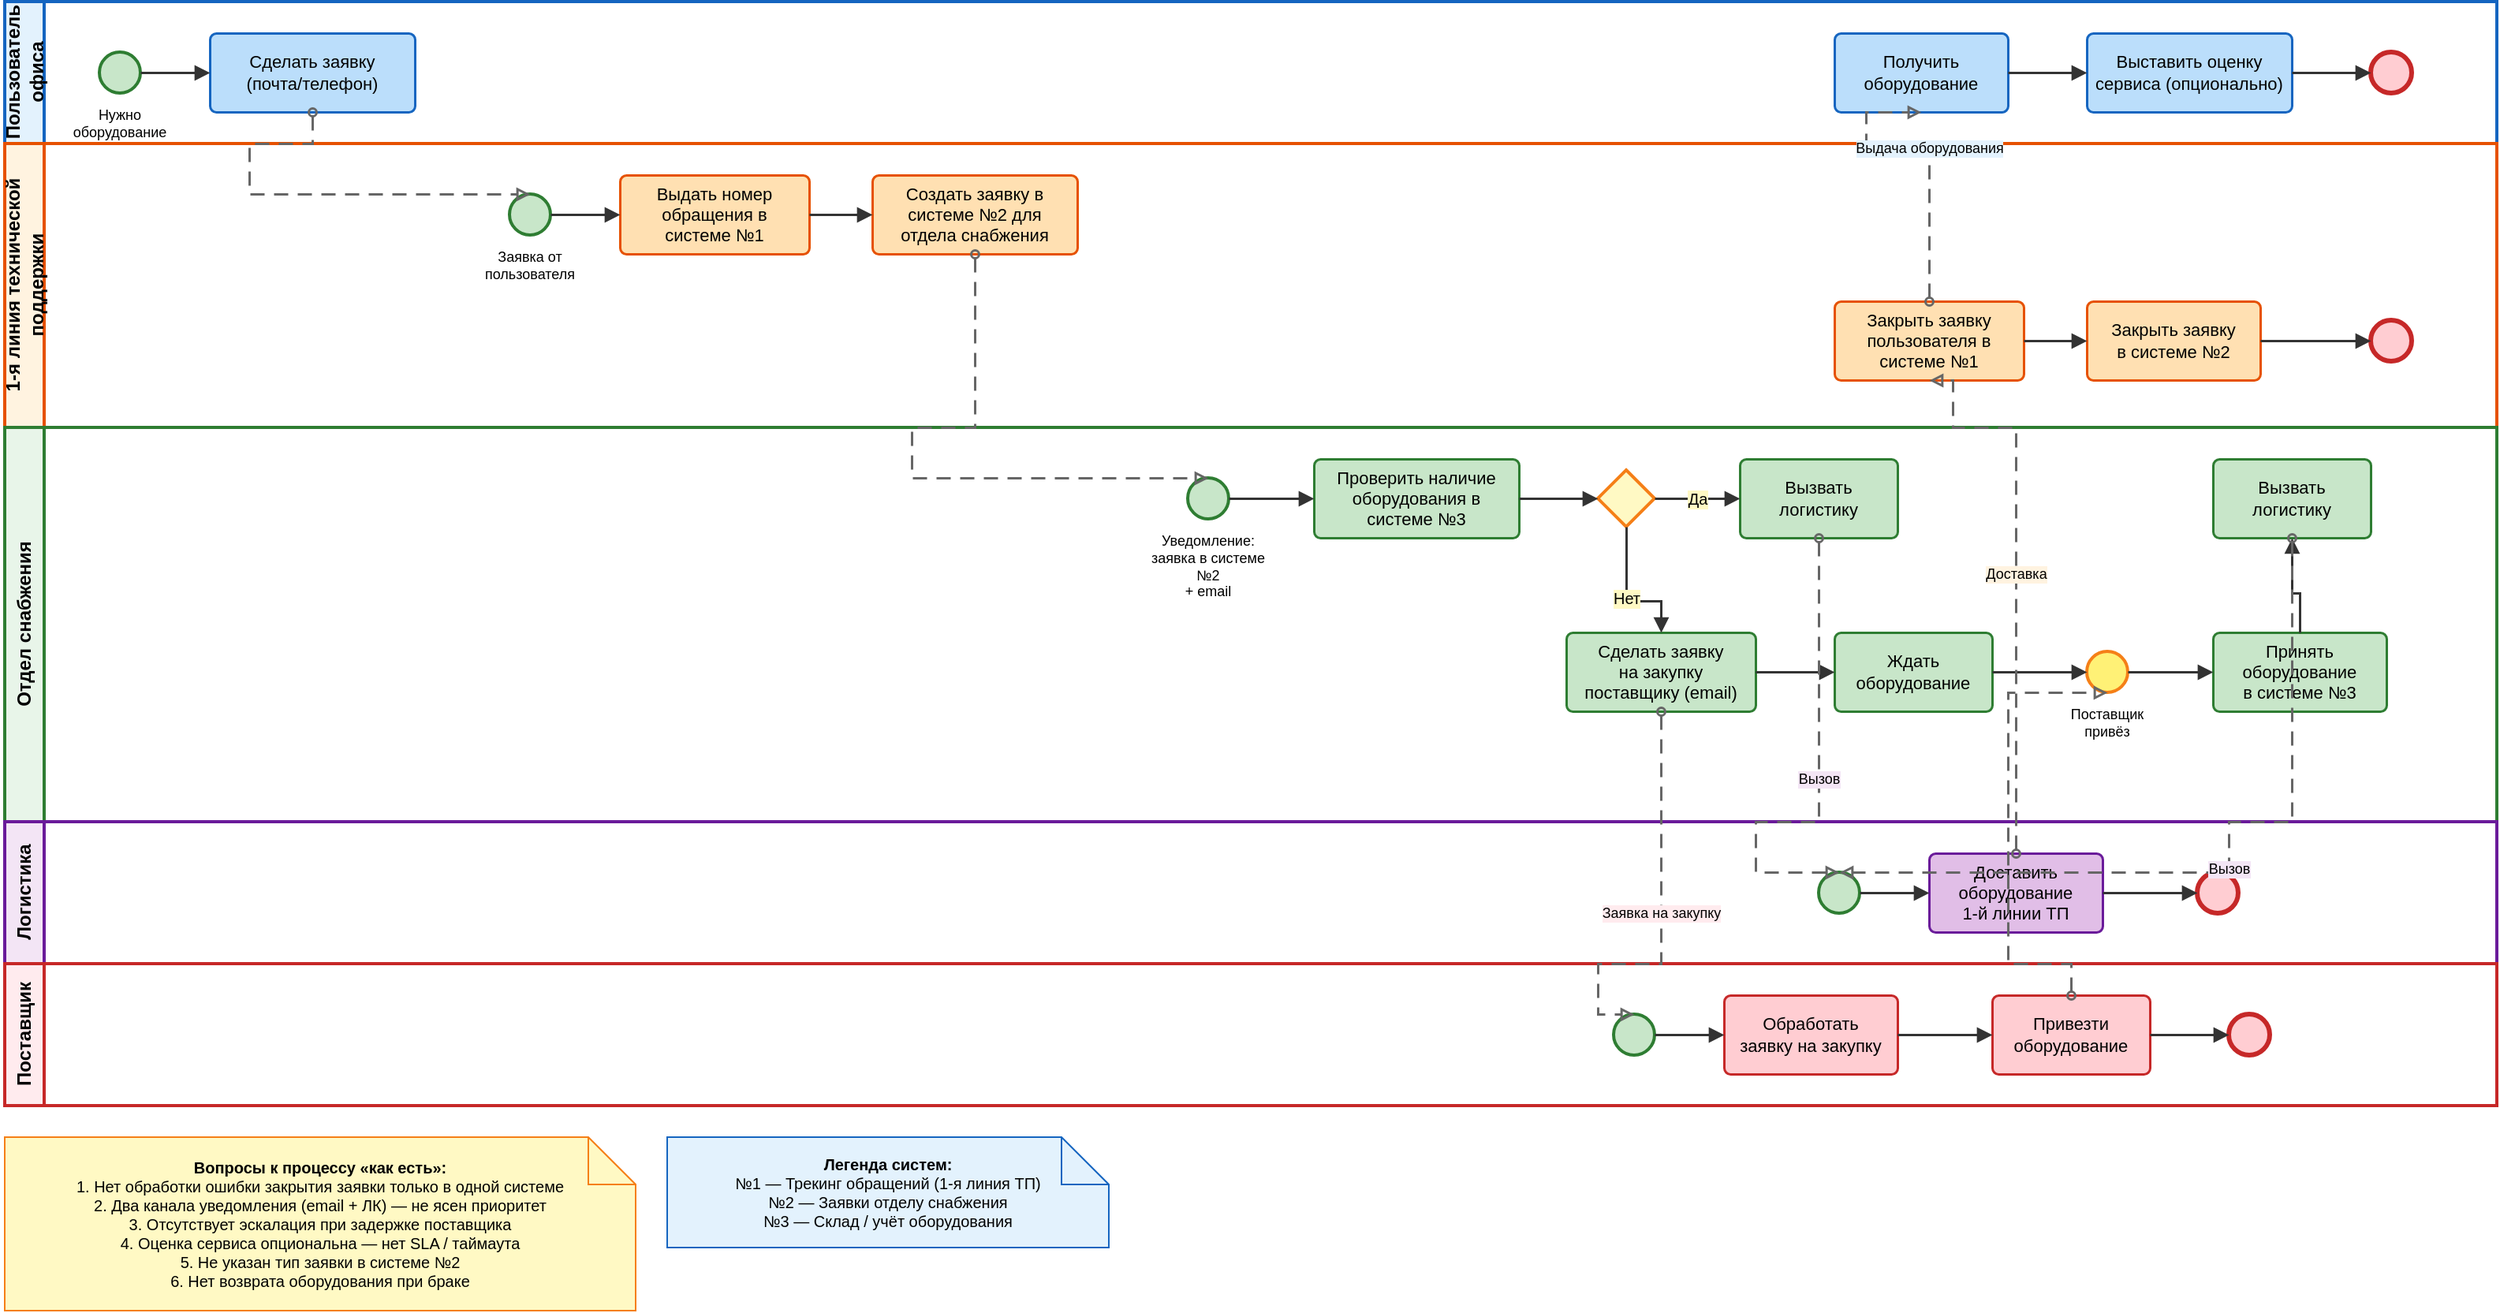
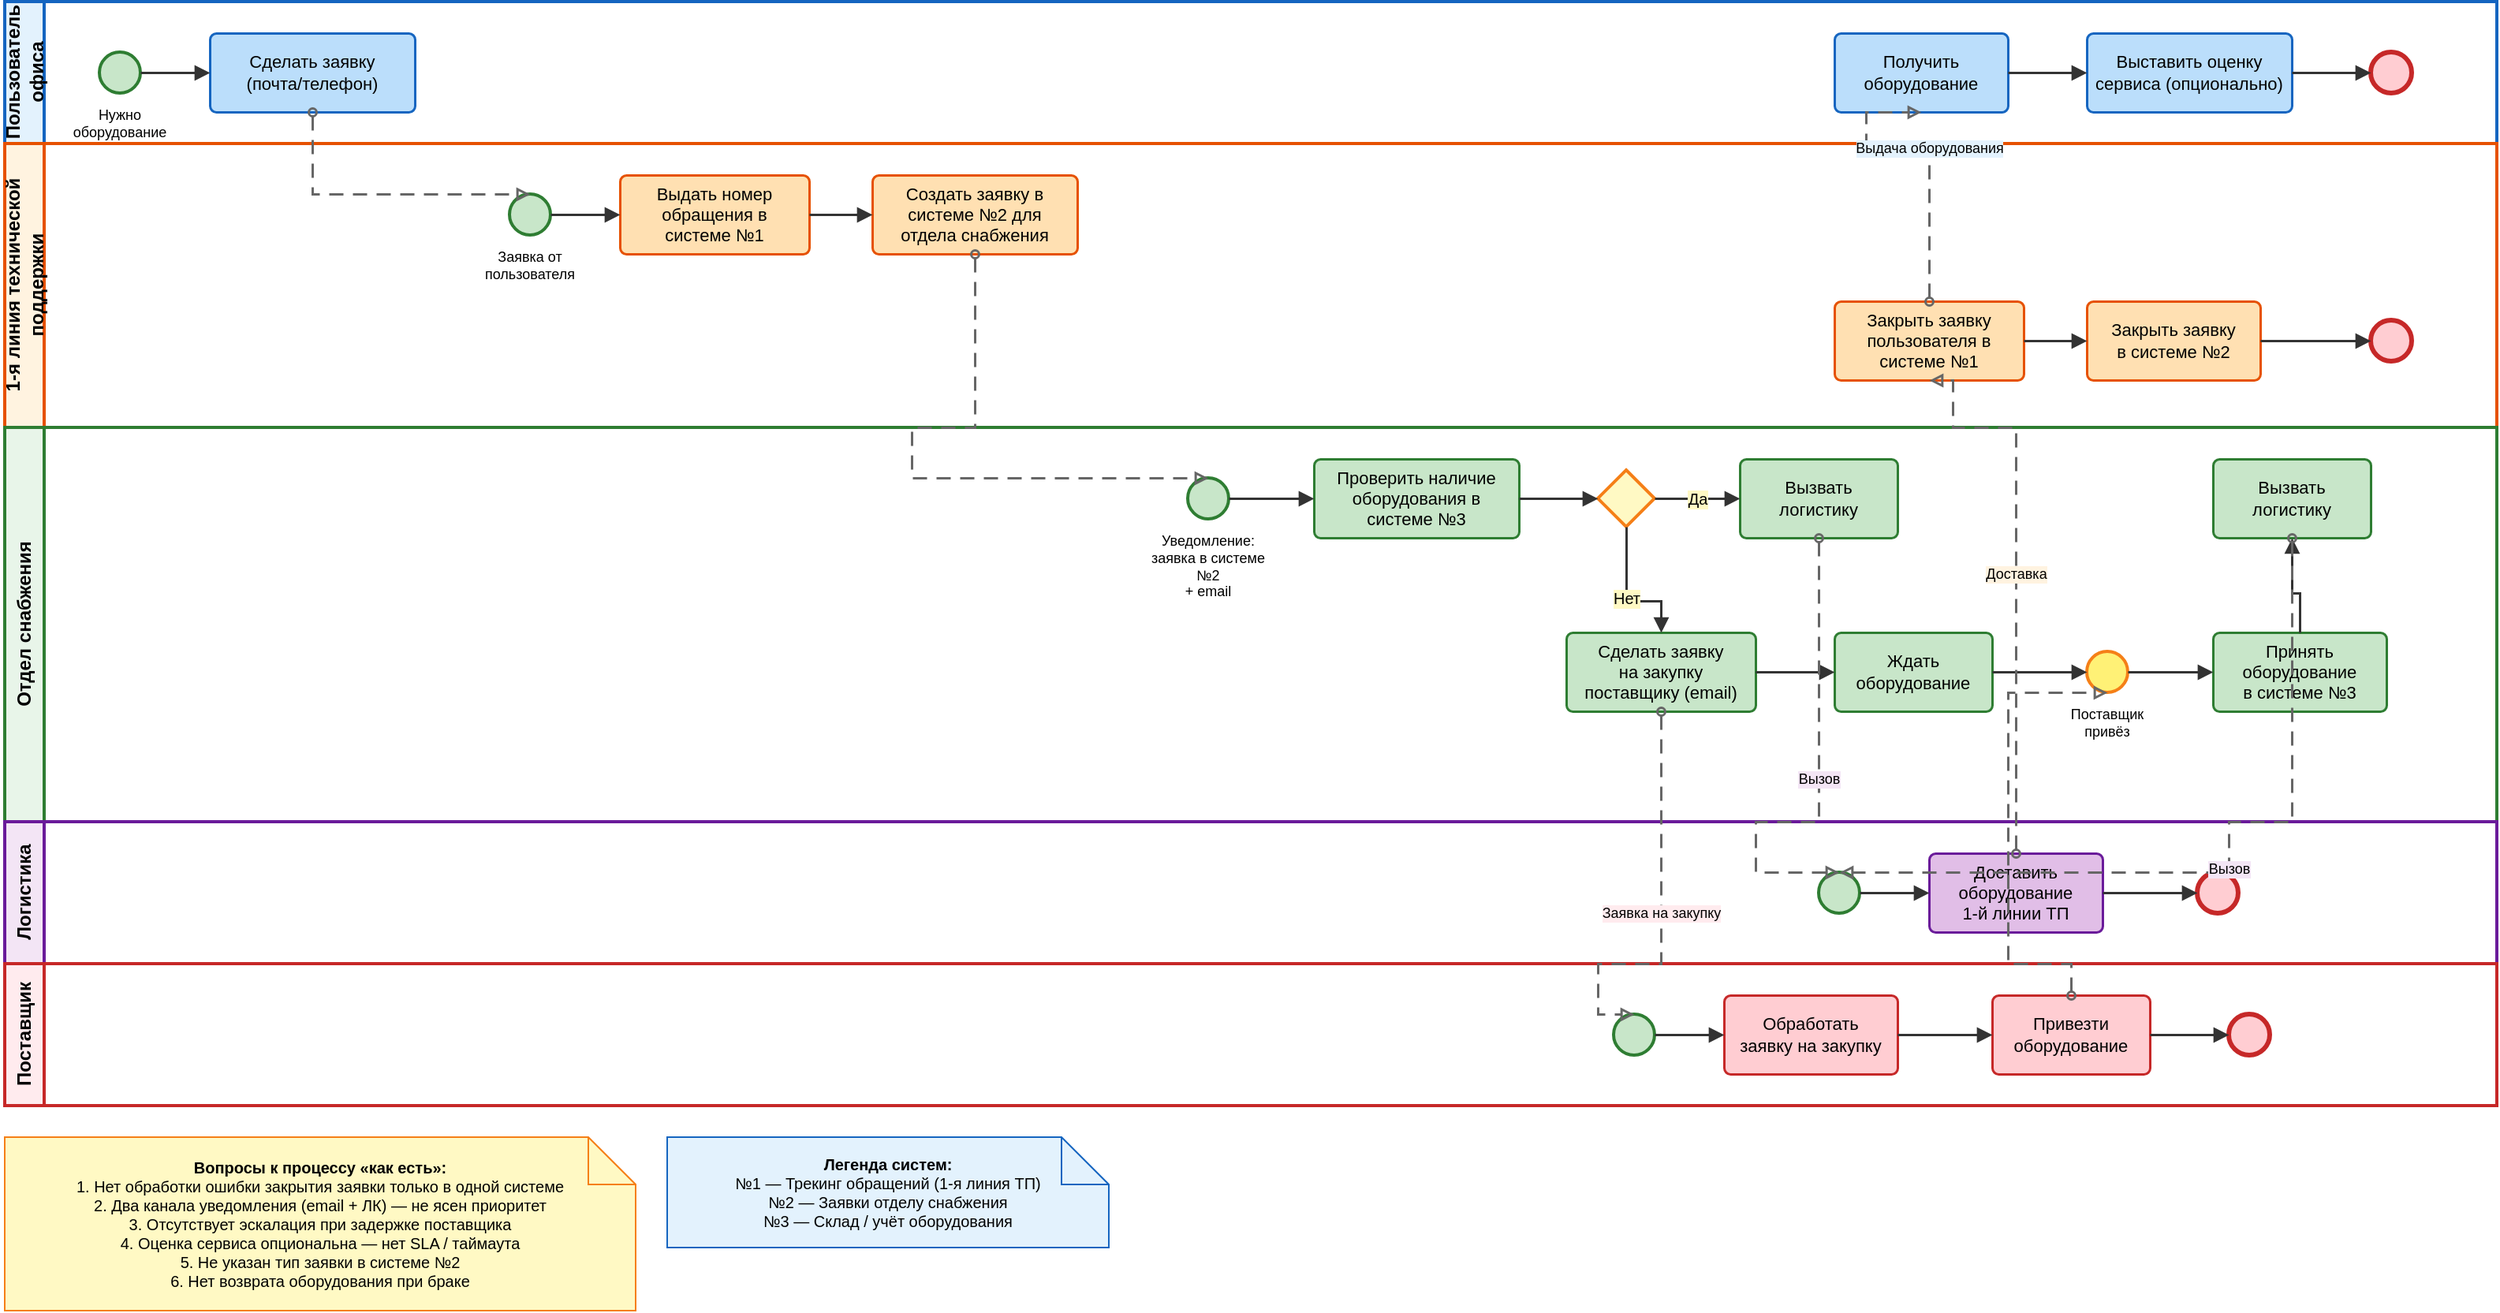
<mxfile host="app.diagrams.net" agent="Kimi">
  <diagram name="BPMN IT Equipment" id="it-equipment-bpmn">
    <mxGraphModel dx="2308" dy="875" grid="1" gridSize="10" guides="1" tooltips="1" connect="1" arrows="1" fold="1" page="1" pageScale="1" pageWidth="1700" pageHeight="1100" math="0" shadow="0">
      <root>
        <mxCell id="0" />
        <mxCell id="1" parent="0" />
        <mxCell id="pool-user" parent="1" style="swimlane;horizontal=0;startSize=25;swimlaneLine=1;collapsible=0;fontStyle=1;fillColor=#E3F2FD;strokeColor=#1565C0;strokeWidth=2;fontSize=12;whiteSpace=wrap;" value="Пользователь офиса" vertex="1">
          <mxGeometry height="90" width="1580" x="40" y="40" as="geometry" />
        </mxCell>
        <mxCell id="start-user" parent="pool-user" style="ellipse;whiteSpace=wrap;html=1;aspect=fixed;fillColor=#C8E6C9;strokeColor=#2E7D32;strokeWidth=2;" value="" vertex="1">
          <mxGeometry height="26" width="26" x="60" y="32" as="geometry" />
        </mxCell>
        <mxCell id="lbl-start-user" parent="pool-user" style="text;html=1;strokeColor=none;fillColor=none;align=center;verticalAlign=top;whiteSpace=wrap;rounded=0;fontSize=9;" value="Нужно&#xa;оборудование" vertex="1">
          <mxGeometry height="28" width="60" x="43" y="60" as="geometry" />
        </mxCell>
        <mxCell id="task-req" parent="pool-user" style="rounded=1;whiteSpace=wrap;html=1;arcSize=8;fillColor=#BBDEFB;strokeColor=#1565C0;strokeWidth=1.5;fontSize=11;" value="Сделать заявку&#xa;(почта/телефон)" vertex="1">
          <mxGeometry height="50" width="130" x="130" y="20" as="geometry" />
        </mxCell>
        <mxCell id="task-receive" parent="pool-user" style="rounded=1;whiteSpace=wrap;html=1;arcSize=8;fillColor=#BBDEFB;strokeColor=#1565C0;strokeWidth=1.5;fontSize=11;" value="Получить&#xa;оборудование" vertex="1">
          <mxGeometry height="50" width="110" x="1160" y="20" as="geometry" />
        </mxCell>
        <mxCell id="task-rate" parent="pool-user" style="rounded=1;whiteSpace=wrap;html=1;arcSize=8;fillColor=#BBDEFB;strokeColor=#1565C0;strokeWidth=1.5;fontSize=11;" value="Выставить оценку&#xa;сервиса (опционально)" vertex="1">
          <mxGeometry height="50" width="130" x="1320" y="20" as="geometry" />
        </mxCell>
        <mxCell id="end-user" parent="pool-user" style="ellipse;whiteSpace=wrap;html=1;aspect=fixed;fillColor=#FFCDD2;strokeColor=#C62828;strokeWidth=3;" value="" vertex="1">
          <mxGeometry height="26" width="26" x="1500" y="32" as="geometry" />
        </mxCell>
        <mxCell id="sf1" edge="1" parent="pool-user" source="start-user" style="edgeStyle=orthogonalEdgeStyle;rounded=0;orthogonalLoop=1;jettySize=auto;html=1;exitX=1;exitY=0.5;exitDx=0;exitDy=0;entryX=0;entryY=0.5;entryDx=0;entryDy=0;strokeColor=#333333;strokeWidth=1.5;endArrow=block;endFill=1;" target="task-req" value="">
          <mxGeometry relative="1" as="geometry" />
        </mxCell>
        <mxCell id="sf2" edge="1" parent="pool-user" source="task-receive" style="edgeStyle=orthogonalEdgeStyle;rounded=0;orthogonalLoop=1;jettySize=auto;html=1;exitX=1;exitY=0.5;exitDx=0;exitDy=0;entryX=0;entryY=0.5;entryDx=0;entryDy=0;strokeColor=#333333;strokeWidth=1.5;endArrow=block;endFill=1;" target="task-rate" value="">
          <mxGeometry relative="1" as="geometry" />
        </mxCell>
        <mxCell id="sf3" edge="1" parent="pool-user" source="task-rate" style="edgeStyle=orthogonalEdgeStyle;rounded=0;orthogonalLoop=1;jettySize=auto;html=1;exitX=1;exitY=0.5;exitDx=0;exitDy=0;entryX=0;entryY=0.5;entryDx=0;entryDy=0;strokeColor=#333333;strokeWidth=1.5;endArrow=block;endFill=1;" target="end-user" value="">
          <mxGeometry relative="1" as="geometry" />
        </mxCell>
        <mxCell id="pool-l1" parent="1" style="swimlane;horizontal=0;startSize=25;swimlaneLine=1;collapsible=0;fontStyle=1;fillColor=#FFF3E0;strokeColor=#E65100;strokeWidth=2;fontSize=12;whiteSpace=wrap;" value="1-я линия технической поддержки" vertex="1">
          <mxGeometry height="180" width="1580" x="40" y="130" as="geometry" />
        </mxCell>
        <mxCell id="start-l1" parent="pool-l1" style="ellipse;whiteSpace=wrap;html=1;aspect=fixed;fillColor=#C8E6C9;strokeColor=#2E7D32;strokeWidth=2;" value="" vertex="1">
          <mxGeometry height="26" width="26" x="320" y="32" as="geometry" />
        </mxCell>
        <mxCell id="lbl-start-l1" parent="pool-l1" style="text;html=1;strokeColor=none;fillColor=none;align=center;verticalAlign=top;whiteSpace=wrap;rounded=0;fontSize=9;" value="Заявка от&#xa;пользователя" vertex="1">
          <mxGeometry height="28" width="60" x="303" y="60" as="geometry" />
        </mxCell>
        <mxCell id="task-ticket1" parent="pool-l1" style="rounded=1;whiteSpace=wrap;html=1;arcSize=8;fillColor=#FFE0B2;strokeColor=#E65100;strokeWidth=1.5;fontSize=11;" value="Выдать номер&#xa;обращения в&#xa;системе №1" vertex="1">
          <mxGeometry height="50" width="120" x="390" y="20" as="geometry" />
        </mxCell>
        <mxCell id="task-create-req" parent="pool-l1" style="rounded=1;whiteSpace=wrap;html=1;arcSize=8;fillColor=#FFE0B2;strokeColor=#E65100;strokeWidth=1.5;fontSize=11;" value="Создать заявку в&#xa;системе №2 для&#xa;отдела снабжения" vertex="1">
          <mxGeometry height="50" width="130" x="550" y="20" as="geometry" />
        </mxCell>
        <mxCell id="task-close1" parent="pool-l1" style="rounded=1;whiteSpace=wrap;html=1;arcSize=8;fillColor=#FFE0B2;strokeColor=#E65100;strokeWidth=1.5;fontSize=11;" value="Закрыть заявку&#xa;пользователя в&#xa;системе №1" vertex="1">
          <mxGeometry height="50" width="120" x="1160" y="100" as="geometry" />
        </mxCell>
        <mxCell id="task-close2" parent="pool-l1" style="rounded=1;whiteSpace=wrap;html=1;arcSize=8;fillColor=#FFE0B2;strokeColor=#E65100;strokeWidth=1.5;fontSize=11;" value="Закрыть заявку&#xa;в системе №2" vertex="1">
          <mxGeometry height="50" width="110" x="1320" y="100" as="geometry" />
        </mxCell>
        <mxCell id="end-l1" parent="pool-l1" style="ellipse;whiteSpace=wrap;html=1;aspect=fixed;fillColor=#FFCDD2;strokeColor=#C62828;strokeWidth=3;" value="" vertex="1">
          <mxGeometry height="26" width="26" x="1500" y="112" as="geometry" />
        </mxCell>
        <mxCell id="sf4" edge="1" parent="pool-l1" source="start-l1" style="edgeStyle=orthogonalEdgeStyle;rounded=0;orthogonalLoop=1;jettySize=auto;html=1;exitX=1;exitY=0.5;exitDx=0;exitDy=0;entryX=0;entryY=0.5;entryDx=0;entryDy=0;strokeColor=#333333;strokeWidth=1.5;endArrow=block;endFill=1;" target="task-ticket1" value="">
          <mxGeometry relative="1" as="geometry" />
        </mxCell>
        <mxCell id="sf5" edge="1" parent="pool-l1" source="task-ticket1" style="edgeStyle=orthogonalEdgeStyle;rounded=0;orthogonalLoop=1;jettySize=auto;html=1;exitX=1;exitY=0.5;exitDx=0;exitDy=0;entryX=0;entryY=0.5;entryDx=0;entryDy=0;strokeColor=#333333;strokeWidth=1.5;endArrow=block;endFill=1;" target="task-create-req" value="">
          <mxGeometry relative="1" as="geometry" />
        </mxCell>
        <mxCell id="sf6" edge="1" parent="pool-l1" source="task-close1" style="edgeStyle=orthogonalEdgeStyle;rounded=0;orthogonalLoop=1;jettySize=auto;html=1;exitX=1;exitY=0.5;exitDx=0;exitDy=0;entryX=0;entryY=0.5;entryDx=0;entryDy=0;strokeColor=#333333;strokeWidth=1.5;endArrow=block;endFill=1;" target="task-close2" value="">
          <mxGeometry relative="1" as="geometry" />
        </mxCell>
        <mxCell id="sf7" edge="1" parent="pool-l1" source="task-close2" style="edgeStyle=orthogonalEdgeStyle;rounded=0;orthogonalLoop=1;jettySize=auto;html=1;exitX=1;exitY=0.5;exitDx=0;exitDy=0;entryX=0;entryY=0.5;entryDx=0;entryDy=0;strokeColor=#333333;strokeWidth=1.5;endArrow=block;endFill=1;" target="end-l1" value="">
          <mxGeometry relative="1" as="geometry" />
        </mxCell>
        <mxCell id="pool-supply" parent="1" style="swimlane;horizontal=0;startSize=25;swimlaneLine=1;collapsible=0;fontStyle=1;fillColor=#E8F5E9;strokeColor=#2E7D32;strokeWidth=2;fontSize=12;whiteSpace=wrap;" value="Отдел снабжения" vertex="1">
          <mxGeometry height="250" width="1580" x="40" y="310" as="geometry" />
        </mxCell>
        <mxCell id="start-supply" parent="pool-supply" style="ellipse;whiteSpace=wrap;html=1;aspect=fixed;fillColor=#C8E6C9;strokeColor=#2E7D32;strokeWidth=2;" value="" vertex="1">
          <mxGeometry height="26" width="26" x="750" y="32" as="geometry" />
        </mxCell>
        <mxCell id="lbl-start-supply" parent="pool-supply" style="text;html=1;strokeColor=none;fillColor=none;align=center;verticalAlign=top;whiteSpace=wrap;rounded=0;fontSize=9;" value="Уведомление:&#xa;заявка в системе №2&#xa;+ email" vertex="1">
          <mxGeometry height="36" width="86" x="720" y="60" as="geometry" />
        </mxCell>
        <mxCell id="task-check" parent="pool-supply" style="rounded=1;whiteSpace=wrap;html=1;arcSize=8;fillColor=#C8E6C9;strokeColor=#2E7D32;strokeWidth=1.5;fontSize=11;" value="Проверить наличие&#xa;оборудования в&#xa;системе №3" vertex="1">
          <mxGeometry height="50" width="130" x="830" y="20" as="geometry" />
        </mxCell>
        <mxCell id="gateway-check" parent="pool-supply" style="rhombus;whiteSpace=wrap;html=1;fillColor=#FFF9C4;strokeColor=#F57F17;strokeWidth=2;" value="" vertex="1">
          <mxGeometry height="36" width="36" x="1010" y="27" as="geometry" />
        </mxCell>
        <mxCell id="task-call-log-yes" parent="pool-supply" style="rounded=1;whiteSpace=wrap;html=1;arcSize=8;fillColor=#C8E6C9;strokeColor=#2E7D32;strokeWidth=1.5;fontSize=11;" value="Вызвать&#xa;логистику" vertex="1">
          <mxGeometry height="50" width="100" x="1100" y="20" as="geometry" />
        </mxCell>
        <mxCell id="task-order" parent="pool-supply" style="rounded=1;whiteSpace=wrap;html=1;arcSize=8;fillColor=#C8E6C9;strokeColor=#2E7D32;strokeWidth=1.5;fontSize=11;" value="Сделать заявку&#xa;на закупку&#xa;поставщику (email)" vertex="1">
          <mxGeometry height="50" width="120" x="990" y="130" as="geometry" />
        </mxCell>
        <mxCell id="task-wait" parent="pool-supply" style="rounded=1;whiteSpace=wrap;html=1;arcSize=8;fillColor=#C8E6C9;strokeColor=#2E7D32;strokeWidth=1.5;fontSize=11;" value="Ждать&#xa;оборудование" vertex="1">
          <mxGeometry height="50" width="100" x="1160" y="130" as="geometry" />
        </mxCell>
        <mxCell id="event-receive" parent="pool-supply" style="ellipse;whiteSpace=wrap;html=1;aspect=fixed;fillColor=#FFF176;strokeColor=#F57F17;strokeWidth=2;" value="" vertex="1">
          <mxGeometry height="26" width="26" x="1320" y="142" as="geometry" />
        </mxCell>
        <mxCell id="lbl-receive" parent="pool-supply" style="text;html=1;strokeColor=none;fillColor=none;align=center;verticalAlign=top;whiteSpace=wrap;rounded=0;fontSize=9;" value="Поставщик&#xa;привёз" vertex="1">
          <mxGeometry height="24" width="60" x="1303" y="170" as="geometry" />
        </mxCell>
        <mxCell id="task-accept" parent="pool-supply" style="rounded=1;whiteSpace=wrap;html=1;arcSize=8;fillColor=#C8E6C9;strokeColor=#2E7D32;strokeWidth=1.5;fontSize=11;" value="Принять&#xa;оборудование&#xa;в системе №3" vertex="1">
          <mxGeometry height="50" width="110" x="1400" y="130" as="geometry" />
        </mxCell>
        <mxCell id="task-call-log-no" parent="pool-supply" style="rounded=1;whiteSpace=wrap;html=1;arcSize=8;fillColor=#C8E6C9;strokeColor=#2E7D32;strokeWidth=1.5;fontSize=11;" value="Вызвать&#xa;логистику" vertex="1">
          <mxGeometry height="50" width="100" x="1400" y="20" as="geometry" />
        </mxCell>
        <mxCell id="sf8" edge="1" parent="pool-supply" source="start-supply" style="edgeStyle=orthogonalEdgeStyle;rounded=0;orthogonalLoop=1;jettySize=auto;html=1;exitX=1;exitY=0.5;exitDx=0;exitDy=0;entryX=0;entryY=0.5;entryDx=0;entryDy=0;strokeColor=#333333;strokeWidth=1.5;endArrow=block;endFill=1;" target="task-check" value="">
          <mxGeometry relative="1" as="geometry" />
        </mxCell>
        <mxCell id="sf9" edge="1" parent="pool-supply" source="task-check" style="edgeStyle=orthogonalEdgeStyle;rounded=0;orthogonalLoop=1;jettySize=auto;html=1;exitX=1;exitY=0.5;exitDx=0;exitDy=0;entryX=0;entryY=0.5;entryDx=0;entryDy=0;strokeColor=#333333;strokeWidth=1.5;endArrow=block;endFill=1;" target="gateway-check" value="">
          <mxGeometry relative="1" as="geometry" />
        </mxCell>
        <mxCell id="sf10" edge="1" parent="pool-supply" source="gateway-check" style="edgeStyle=orthogonalEdgeStyle;rounded=0;orthogonalLoop=1;jettySize=auto;html=1;exitX=1;exitY=0.5;exitDx=0;exitDy=0;entryX=0;entryY=0.5;entryDx=0;entryDy=0;strokeColor=#333333;strokeWidth=1.5;endArrow=block;endFill=1;labelBackgroundColor=#FFF9C4;fontSize=10;" target="task-call-log-yes" value="Да">
          <mxGeometry relative="1" as="geometry" />
        </mxCell>
        <mxCell id="sf11" edge="1" parent="pool-supply" source="gateway-check" style="edgeStyle=orthogonalEdgeStyle;rounded=0;orthogonalLoop=1;jettySize=auto;html=1;exitX=0.5;exitY=1;exitDx=0;exitDy=0;entryX=0.5;entryY=0;entryDx=0;entryDy=0;strokeColor=#333333;strokeWidth=1.5;endArrow=block;endFill=1;labelBackgroundColor=#FFF9C4;fontSize=10;" target="task-order" value="Нет">
          <mxGeometry relative="1" as="geometry">
            <Array as="points">
              <mxPoint x="1028" y="110" />
              <mxPoint x="1050" y="110" />
            </Array>
          </mxGeometry>
        </mxCell>
        <mxCell id="sf12" edge="1" parent="pool-supply" source="task-order" style="edgeStyle=orthogonalEdgeStyle;rounded=0;orthogonalLoop=1;jettySize=auto;html=1;exitX=1;exitY=0.5;exitDx=0;exitDy=0;entryX=0;entryY=0.5;entryDx=0;entryDy=0;strokeColor=#333333;strokeWidth=1.5;endArrow=block;endFill=1;" target="task-wait" value="">
          <mxGeometry relative="1" as="geometry" />
        </mxCell>
        <mxCell id="sf13" edge="1" parent="pool-supply" source="task-wait" style="edgeStyle=orthogonalEdgeStyle;rounded=0;orthogonalLoop=1;jettySize=auto;html=1;exitX=1;exitY=0.5;exitDx=0;exitDy=0;entryX=0;entryY=0.5;entryDx=0;entryDy=0;strokeColor=#333333;strokeWidth=1.5;endArrow=block;endFill=1;" target="event-receive" value="">
          <mxGeometry relative="1" as="geometry" />
        </mxCell>
        <mxCell id="sf14" edge="1" parent="pool-supply" source="event-receive" style="edgeStyle=orthogonalEdgeStyle;rounded=0;orthogonalLoop=1;jettySize=auto;html=1;exitX=1;exitY=0.5;exitDx=0;exitDy=0;entryX=0;entryY=0.5;entryDx=0;entryDy=0;strokeColor=#333333;strokeWidth=1.5;endArrow=block;endFill=1;" target="task-accept" value="">
          <mxGeometry relative="1" as="geometry" />
        </mxCell>
        <mxCell id="sf15" edge="1" parent="pool-supply" source="task-accept" style="edgeStyle=orthogonalEdgeStyle;rounded=0;orthogonalLoop=1;jettySize=auto;html=1;exitX=0.5;exitY=0;exitDx=0;exitDy=0;entryX=0.5;entryY=1;entryDx=0;entryDy=0;strokeColor=#333333;strokeWidth=1.5;endArrow=block;endFill=1;" target="task-call-log-no" value="">
          <mxGeometry relative="1" as="geometry">
            <Array as="points">
              <mxPoint x="1455" y="105" />
              <mxPoint x="1450" y="105" />
            </Array>
          </mxGeometry>
        </mxCell>
        <mxCell id="pool-log" parent="1" style="swimlane;horizontal=0;startSize=25;swimlaneLine=1;collapsible=0;fontStyle=1;fillColor=#F3E5F5;strokeColor=#6A1B9A;strokeWidth=2;fontSize=12;whiteSpace=wrap;" value="Логистика" vertex="1">
          <mxGeometry height="90" width="1580" x="40" y="560" as="geometry" />
        </mxCell>
        <mxCell id="start-log" parent="pool-log" style="ellipse;whiteSpace=wrap;html=1;aspect=fixed;fillColor=#C8E6C9;strokeColor=#2E7D32;strokeWidth=2;" value="" vertex="1">
          <mxGeometry height="26" width="26" x="1150" y="32" as="geometry" />
        </mxCell>
        <mxCell id="task-deliver" parent="pool-log" style="rounded=1;whiteSpace=wrap;html=1;arcSize=8;fillColor=#E1BEE7;strokeColor=#6A1B9A;strokeWidth=1.5;fontSize=11;" value="Доставить&#xa;оборудование&#xa;1-й линии ТП" vertex="1">
          <mxGeometry height="50" width="110" x="1220" y="20" as="geometry" />
        </mxCell>
        <mxCell id="end-log" parent="pool-log" style="ellipse;whiteSpace=wrap;html=1;aspect=fixed;fillColor=#FFCDD2;strokeColor=#C62828;strokeWidth=3;" value="" vertex="1">
          <mxGeometry height="26" width="26" x="1390" y="32" as="geometry" />
        </mxCell>
        <mxCell id="sf16" edge="1" parent="pool-log" source="start-log" style="edgeStyle=orthogonalEdgeStyle;rounded=0;orthogonalLoop=1;jettySize=auto;html=1;exitX=1;exitY=0.5;exitDx=0;exitDy=0;entryX=0;entryY=0.5;entryDx=0;entryDy=0;strokeColor=#333333;strokeWidth=1.5;endArrow=block;endFill=1;" target="task-deliver" value="">
          <mxGeometry relative="1" as="geometry" />
        </mxCell>
        <mxCell id="sf17" edge="1" parent="pool-log" source="task-deliver" style="edgeStyle=orthogonalEdgeStyle;rounded=0;orthogonalLoop=1;jettySize=auto;html=1;exitX=1;exitY=0.5;exitDx=0;exitDy=0;entryX=0;entryY=0.5;entryDx=0;entryDy=0;strokeColor=#333333;strokeWidth=1.5;endArrow=block;endFill=1;" target="end-log" value="">
          <mxGeometry relative="1" as="geometry" />
        </mxCell>
        <mxCell id="pool-vendor" parent="1" style="swimlane;horizontal=0;startSize=25;swimlaneLine=1;collapsible=0;fontStyle=1;fillColor=#FFEBEE;strokeColor=#C62828;strokeWidth=2;fontSize=12;whiteSpace=wrap;" value="Поставщик" vertex="1">
          <mxGeometry height="90" width="1580" x="40" y="650" as="geometry" />
        </mxCell>
        <mxCell id="start-vendor" parent="pool-vendor" style="ellipse;whiteSpace=wrap;html=1;aspect=fixed;fillColor=#C8E6C9;strokeColor=#2E7D32;strokeWidth=2;" value="" vertex="1">
          <mxGeometry height="26" width="26" x="1020" y="32" as="geometry" />
        </mxCell>
        <mxCell id="task-process" parent="pool-vendor" style="rounded=1;whiteSpace=wrap;html=1;arcSize=8;fillColor=#FFCDD2;strokeColor=#C62828;strokeWidth=1.5;fontSize=11;" value="Обработать&#xa;заявку на закупку" vertex="1">
          <mxGeometry height="50" width="110" x="1090" y="20" as="geometry" />
        </mxCell>
        <mxCell id="task-ship" parent="pool-vendor" style="rounded=1;whiteSpace=wrap;html=1;arcSize=8;fillColor=#FFCDD2;strokeColor=#C62828;strokeWidth=1.5;fontSize=11;" value="Привезти&#xa;оборудование" vertex="1">
          <mxGeometry height="50" width="100" x="1260" y="20" as="geometry" />
        </mxCell>
        <mxCell id="end-vendor" parent="pool-vendor" style="ellipse;whiteSpace=wrap;html=1;aspect=fixed;fillColor=#FFCDD2;strokeColor=#C62828;strokeWidth=3;" value="" vertex="1">
          <mxGeometry height="26" width="26" x="1410" y="32" as="geometry" />
        </mxCell>
        <mxCell id="sf18" edge="1" parent="pool-vendor" source="start-vendor" style="edgeStyle=orthogonalEdgeStyle;rounded=0;orthogonalLoop=1;jettySize=auto;html=1;exitX=1;exitY=0.5;exitDx=0;exitDy=0;entryX=0;entryY=0.5;entryDx=0;entryDy=0;strokeColor=#333333;strokeWidth=1.5;endArrow=block;endFill=1;" target="task-process" value="">
          <mxGeometry relative="1" as="geometry" />
        </mxCell>
        <mxCell id="sf19" edge="1" parent="pool-vendor" source="task-process" style="edgeStyle=orthogonalEdgeStyle;rounded=0;orthogonalLoop=1;jettySize=auto;html=1;exitX=1;exitY=0.5;exitDx=0;exitDy=0;entryX=0;entryY=0.5;entryDx=0;entryDy=0;strokeColor=#333333;strokeWidth=1.5;endArrow=block;endFill=1;" target="task-ship" value="">
          <mxGeometry relative="1" as="geometry" />
        </mxCell>
        <mxCell id="sf20" edge="1" parent="pool-vendor" source="task-ship" style="edgeStyle=orthogonalEdgeStyle;rounded=0;orthogonalLoop=1;jettySize=auto;html=1;exitX=1;exitY=0.5;exitDx=0;exitDy=0;entryX=0;entryY=0.5;entryDx=0;entryDy=0;strokeColor=#333333;strokeWidth=1.5;endArrow=block;endFill=1;" target="end-vendor" value="">
          <mxGeometry relative="1" as="geometry" />
        </mxCell>
        <mxCell id="mf1" edge="1" parent="1" source="task-req" style="edgeStyle=orthogonalEdgeStyle;rounded=0;orthogonalLoop=1;jettySize=auto;html=1;exitX=0.5;exitY=1;exitDx=0;exitDy=0;entryX=0.5;entryY=0;entryDx=0;entryDy=0;strokeColor=#666666;strokeWidth=1.5;dashed=1;dashPattern=6 4;startArrow=oval;startFill=0;startSize=5;endArrow=block;endFill=0;endSize=5;" target="start-l1" value="">
          <mxGeometry relative="1" as="geometry">
            <Array as="points">
-               <mxPoint x="195" y="130" />
+               <mxPoint x="235" y="162" />
            </Array>
          </mxGeometry>
        </mxCell>
        <mxCell id="mf2" edge="1" parent="1" source="task-create-req" style="edgeStyle=orthogonalEdgeStyle;rounded=0;orthogonalLoop=1;jettySize=auto;html=1;exitX=0.5;exitY=1;exitDx=0;exitDy=0;entryX=0.5;entryY=0;entryDx=0;entryDy=0;strokeColor=#666666;strokeWidth=1.5;dashed=1;dashPattern=6 4;startArrow=oval;startFill=0;startSize=5;endArrow=block;endFill=0;endSize=5;" target="start-supply" value="">
          <mxGeometry relative="1" as="geometry">
            <Array as="points">
              <mxPoint x="615" y="310" />
            </Array>
          </mxGeometry>
        </mxCell>
        <mxCell id="mf3" edge="1" parent="1" source="task-call-log-yes" style="edgeStyle=orthogonalEdgeStyle;rounded=0;orthogonalLoop=1;jettySize=auto;html=1;exitX=0.5;exitY=1;exitDx=0;exitDy=0;entryX=0.5;entryY=0;entryDx=0;entryDy=0;strokeColor=#666666;strokeWidth=1.5;dashed=1;dashPattern=6 4;startArrow=oval;startFill=0;startSize=5;endArrow=block;endFill=0;endSize=5;fontSize=9;labelBackgroundColor=#F3E5F5;" target="start-log" value="Вызов">
          <mxGeometry relative="1" as="geometry">
            <Array as="points">
              <mxPoint x="1150" y="560" />
            </Array>
          </mxGeometry>
        </mxCell>
        <mxCell id="mf4" edge="1" parent="1" source="task-call-log-no" style="edgeStyle=orthogonalEdgeStyle;rounded=0;orthogonalLoop=1;jettySize=auto;html=1;exitX=0.5;exitY=1;exitDx=0;exitDy=0;entryX=0.5;entryY=0;entryDx=0;entryDy=0;strokeColor=#666666;strokeWidth=1.5;dashed=1;dashPattern=6 4;startArrow=oval;startFill=0;startSize=5;endArrow=block;endFill=0;endSize=5;fontSize=9;labelBackgroundColor=#F3E5F5;" target="start-log" value="Вызов">
          <mxGeometry relative="1" as="geometry">
            <Array as="points">
              <mxPoint x="1450" y="560" />
            </Array>
          </mxGeometry>
        </mxCell>
        <mxCell id="mf5" edge="1" parent="1" source="task-order" style="edgeStyle=orthogonalEdgeStyle;rounded=0;orthogonalLoop=1;jettySize=auto;html=1;exitX=0.5;exitY=1;exitDx=0;exitDy=0;entryX=0.5;entryY=0;entryDx=0;entryDy=0;strokeColor=#666666;strokeWidth=1.5;dashed=1;dashPattern=6 4;startArrow=oval;startFill=0;startSize=5;endArrow=block;endFill=0;endSize=5;fontSize=9;labelBackgroundColor=#FFEBEE;" target="start-vendor" value="Заявка на закупку">
          <mxGeometry relative="1" as="geometry">
            <Array as="points">
              <mxPoint x="1050" y="650" />
            </Array>
          </mxGeometry>
        </mxCell>
        <mxCell id="mf6" edge="1" parent="1" source="task-ship" style="edgeStyle=orthogonalEdgeStyle;rounded=0;orthogonalLoop=1;jettySize=auto;html=1;exitX=0.5;exitY=0;exitDx=0;exitDy=0;entryX=0.5;entryY=1;entryDx=0;entryDy=0;strokeColor=#666666;strokeWidth=1.5;dashed=1;dashPattern=6 4;startArrow=oval;startFill=0;startSize=5;endArrow=block;endFill=0;endSize=5;" target="event-receive" value="">
          <mxGeometry relative="1" as="geometry">
            <Array as="points">
              <mxPoint x="1310" y="650" />
            </Array>
          </mxGeometry>
        </mxCell>
        <mxCell id="mf7" edge="1" parent="1" source="task-deliver" style="edgeStyle=orthogonalEdgeStyle;rounded=0;orthogonalLoop=1;jettySize=auto;html=1;exitX=0.5;exitY=0;exitDx=0;exitDy=0;entryX=0.5;entryY=1;entryDx=0;entryDy=0;strokeColor=#666666;strokeWidth=1.5;dashed=1;dashPattern=6 4;startArrow=oval;startFill=0;startSize=5;endArrow=block;endFill=0;endSize=5;fontSize=9;labelBackgroundColor=#FFF3E0;" target="task-close1" value="Доставка">
          <mxGeometry relative="1" as="geometry">
            <Array as="points">
              <mxPoint x="1275" y="310" />
            </Array>
          </mxGeometry>
        </mxCell>
        <mxCell id="mf8" edge="1" parent="1" source="task-close1" style="edgeStyle=orthogonalEdgeStyle;rounded=0;orthogonalLoop=1;jettySize=auto;html=1;exitX=0.5;exitY=0;exitDx=0;exitDy=0;entryX=0.5;entryY=1;entryDx=0;entryDy=0;strokeColor=#666666;strokeWidth=1.5;dashed=1;dashPattern=6 4;startArrow=oval;startFill=0;startSize=5;endArrow=block;endFill=0;endSize=5;fontSize=9;labelBackgroundColor=#E3F2FD;" target="task-receive" value="Выдача оборудования">
          <mxGeometry relative="1" as="geometry">
            <Array as="points">
              <mxPoint x="1220" y="130" />
            </Array>
          </mxGeometry>
        </mxCell>
        <mxCell id="note1" parent="1" style="shape=note;whiteSpace=wrap;html=1;backgroundOutline=1;fillColor=#FFF9C4;strokeColor=#F57F17;fontSize=10;" value="&lt;b&gt;Вопросы к процессу «как есть»:&lt;/b&gt;&lt;br&gt;1. Нет обработки ошибки закрытия заявки только в одной системе&lt;br&gt;2. Два канала уведомления (email + ЛК) — не ясен приоритет&lt;br&gt;3. Отсутствует эскалация при задержке поставщика&lt;br&gt;4. Оценка сервиса опциональна — нет SLA / таймаута&lt;br&gt;5. Не указан тип заявки в системе №2&lt;br&gt;6. Нет возврата оборудования при браке" vertex="1">
          <mxGeometry height="110" width="400" x="40" y="760" as="geometry" />
        </mxCell>
        <mxCell id="note2" parent="1" style="shape=note;whiteSpace=wrap;html=1;backgroundOutline=1;fillColor=#E3F2FD;strokeColor=#1565C0;fontSize=10;" value="&lt;b&gt;Легенда систем:&lt;/b&gt;&lt;br&gt;№1 — Трекинг обращений (1-я линия ТП)&lt;br&gt;№2 — Заявки отделу снабжения&lt;br&gt;№3 — Склад / учёт оборудования" vertex="1">
          <mxGeometry height="70" width="280" x="460" y="760" as="geometry" />
        </mxCell>
      </root>
    </mxGraphModel>
  </diagram>
</mxfile>
